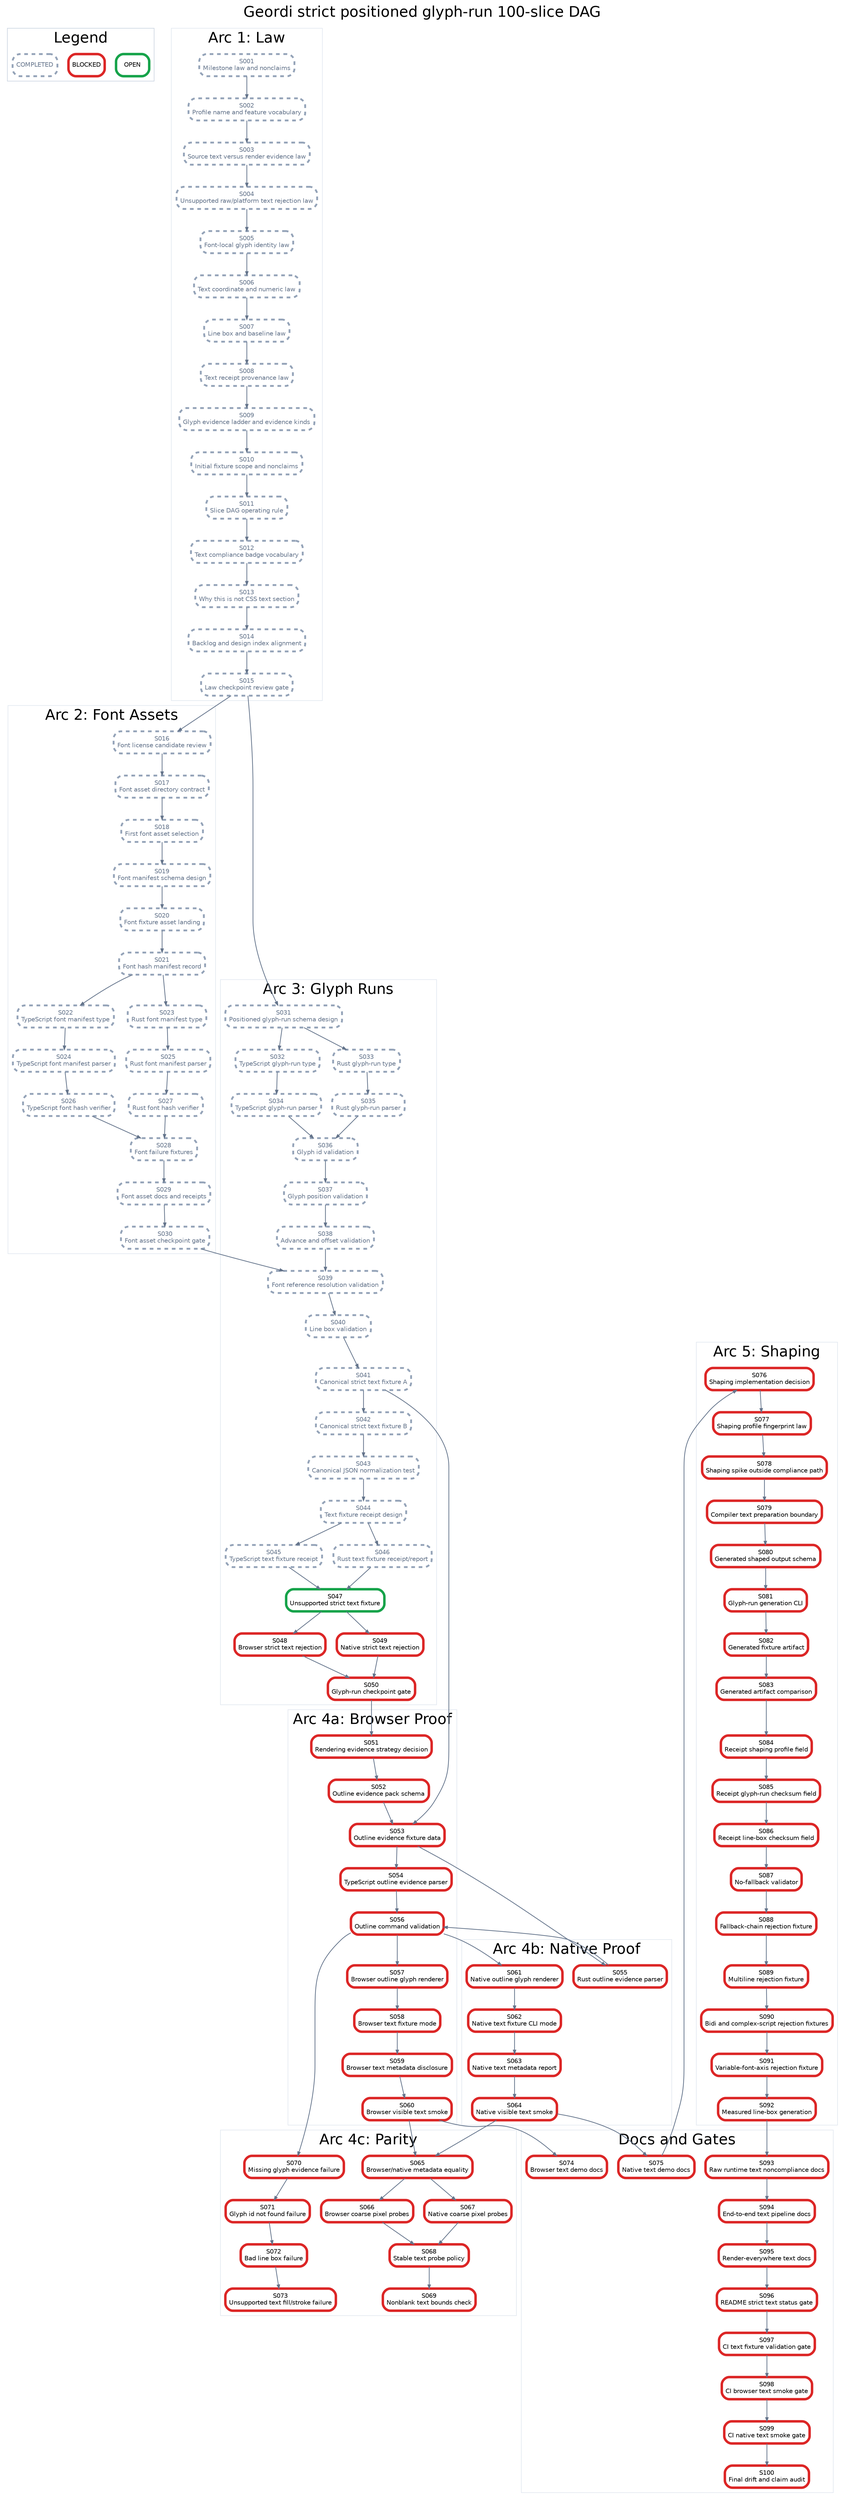
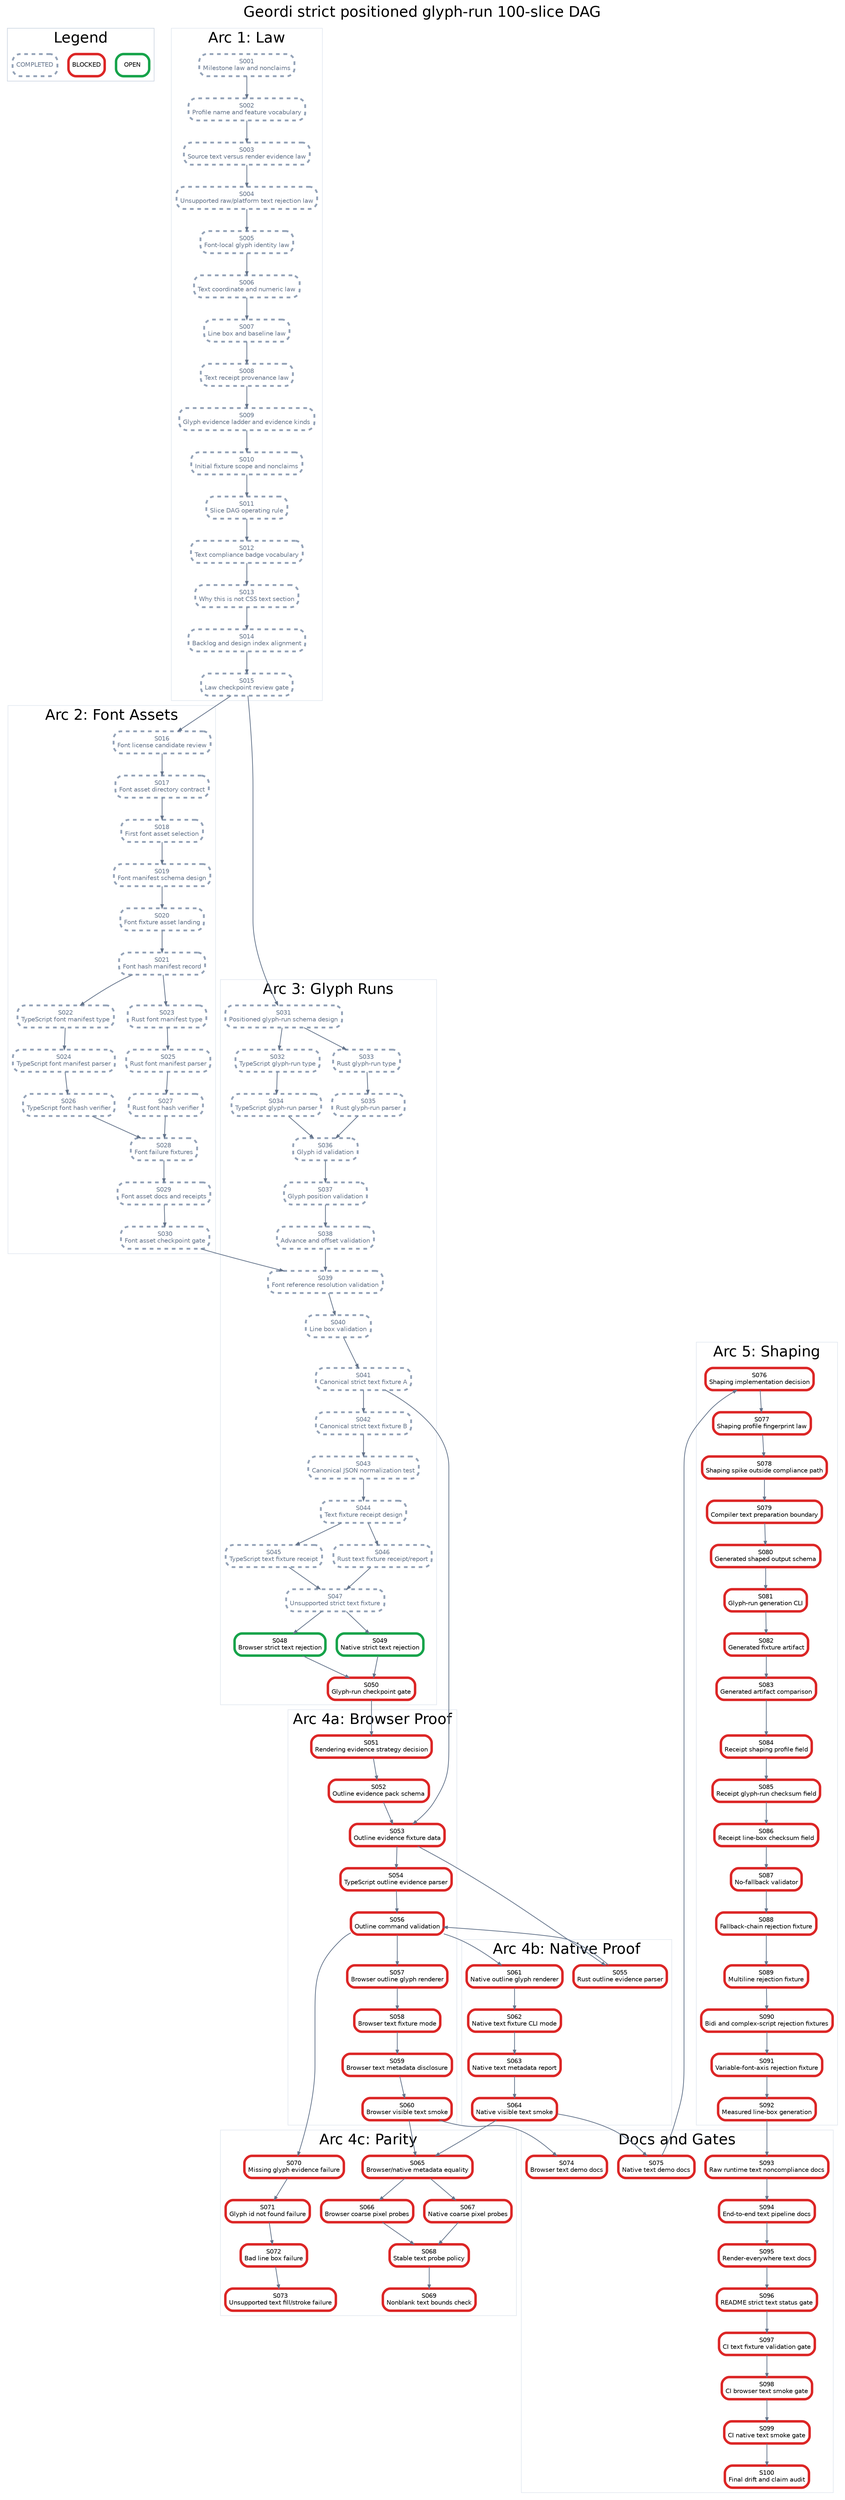
digraph StrictPositionedGlyphRunPlan {
  graph [rankdir=TB, bgcolor="white", fontname="Helvetica", label="Geordi strict positioned glyph-run 100-slice DAG", labelloc="t", fontsize=24];
  node [shape=box, style="rounded,filled", fillcolor="white", fontname="Helvetica", fontsize=10, margin="0.08,0.05"];
  edge [color="#64748b", arrowsize=0.6, penwidth=1.2];

  subgraph cluster_legend {
    label="Legend";
    color="#cbd5e1";
    legend_open [label="OPEN", color="#16a34a", penwidth=4];
    legend_blocked [label="BLOCKED", color="#dc2626", penwidth=4];
    legend_done [label="COMPLETED", color="#94a3b8", penwidth=3, style="rounded,filled,dashed", fontcolor="#64748b"];
  }

  subgraph cluster_law {
    label="Arc 1: Law";
    color="#e2e8f0";
    S001 [label="S001\nMilestone law and nonclaims", color="#94a3b8", penwidth=3, style="rounded,filled,dashed", fontcolor="#64748b"];
    S002 [label="S002\nProfile name and feature vocabulary", color="#94a3b8", penwidth=3, style="rounded,filled,dashed", fontcolor="#64748b"];
    S003 [label="S003\nSource text versus render evidence law", color="#94a3b8", penwidth=3, style="rounded,filled,dashed", fontcolor="#64748b"];
    S004 [label="S004\nUnsupported raw/platform text rejection law", color="#94a3b8", penwidth=3, style="rounded,filled,dashed", fontcolor="#64748b"];
    S005 [label="S005\nFont-local glyph identity law", color="#94a3b8", penwidth=3, style="rounded,filled,dashed", fontcolor="#64748b"];
    S006 [label="S006\nText coordinate and numeric law", color="#94a3b8", penwidth=3, style="rounded,filled,dashed", fontcolor="#64748b"];
    S007 [label="S007\nLine box and baseline law", color="#94a3b8", penwidth=3, style="rounded,filled,dashed", fontcolor="#64748b"];
    S008 [label="S008\nText receipt provenance law", color="#94a3b8", penwidth=3, style="rounded,filled,dashed", fontcolor="#64748b"];
    S009 [label="S009\nGlyph evidence ladder and evidence kinds", color="#94a3b8", penwidth=3, style="rounded,filled,dashed", fontcolor="#64748b"];
    S010 [label="S010\nInitial fixture scope and nonclaims", color="#94a3b8", penwidth=3, style="rounded,filled,dashed", fontcolor="#64748b"];
    S011 [label="S011\nSlice DAG operating rule", color="#94a3b8", penwidth=3, style="rounded,filled,dashed", fontcolor="#64748b"];
    S012 [label="S012\nText compliance badge vocabulary", color="#94a3b8", penwidth=3, style="rounded,filled,dashed", fontcolor="#64748b"];
    S013 [label="S013\nWhy this is not CSS text section", color="#94a3b8", penwidth=3, style="rounded,filled,dashed", fontcolor="#64748b"];
    S014 [label="S014\nBacklog and design index alignment", color="#94a3b8", penwidth=3, style="rounded,filled,dashed", fontcolor="#64748b"];
    S015 [label="S015\nLaw checkpoint review gate", color="#94a3b8", penwidth=3, style="rounded,filled,dashed", fontcolor="#64748b"];
  }

  subgraph cluster_assets {
    label="Arc 2: Font Assets";
    color="#e2e8f0";
    S016 [label="S016\nFont license candidate review", color="#94a3b8", penwidth=3, style="rounded,filled,dashed", fontcolor="#64748b"];
    S017 [label="S017\nFont asset directory contract", color="#94a3b8", penwidth=3, style="rounded,filled,dashed", fontcolor="#64748b"];
    S018 [label="S018\nFirst font asset selection", color="#94a3b8", penwidth=3, style="rounded,filled,dashed", fontcolor="#64748b"];
    S019 [label="S019\nFont manifest schema design", color="#94a3b8", penwidth=3, style="rounded,filled,dashed", fontcolor="#64748b"];
    S020 [label="S020\nFont fixture asset landing", color="#94a3b8", penwidth=3, style="rounded,filled,dashed", fontcolor="#64748b"];
    S021 [label="S021\nFont hash manifest record", color="#94a3b8", penwidth=3, style="rounded,filled,dashed", fontcolor="#64748b"];
    S022 [label="S022\nTypeScript font manifest type", color="#94a3b8", penwidth=3, style="rounded,filled,dashed", fontcolor="#64748b"];
    S023 [label="S023\nRust font manifest type", color="#94a3b8", penwidth=3, style="rounded,filled,dashed", fontcolor="#64748b"];
    S024 [label="S024\nTypeScript font manifest parser", color="#94a3b8", penwidth=3, style="rounded,filled,dashed", fontcolor="#64748b"];
    S025 [label="S025\nRust font manifest parser", color="#94a3b8", penwidth=3, style="rounded,filled,dashed", fontcolor="#64748b"];
    S026 [label="S026\nTypeScript font hash verifier", color="#94a3b8", penwidth=3, style="rounded,filled,dashed", fontcolor="#64748b"];
    S027 [label="S027\nRust font hash verifier", color="#94a3b8", penwidth=3, style="rounded,filled,dashed", fontcolor="#64748b"];
    S028 [label="S028\nFont failure fixtures", color="#94a3b8", penwidth=3, style="rounded,filled,dashed", fontcolor="#64748b"];
    S029 [label="S029\nFont asset docs and receipts", color="#94a3b8", penwidth=3, style="rounded,filled,dashed", fontcolor="#64748b"];
    S030 [label="S030\nFont asset checkpoint gate", color="#94a3b8", penwidth=3, style="rounded,filled,dashed", fontcolor="#64748b"];
  }

  subgraph cluster_glyph {
    label="Arc 3: Glyph Runs";
    color="#e2e8f0";
    S031 [label="S031\nPositioned glyph-run schema design", color="#94a3b8", penwidth=3, style="rounded,filled,dashed", fontcolor="#64748b"];
    S032 [label="S032\nTypeScript glyph-run type", color="#94a3b8", penwidth=3, style="rounded,filled,dashed", fontcolor="#64748b"];
    S033 [label="S033\nRust glyph-run type", color="#94a3b8", penwidth=3, style="rounded,filled,dashed", fontcolor="#64748b"];
    S034 [label="S034\nTypeScript glyph-run parser", color="#94a3b8", penwidth=3, style="rounded,filled,dashed", fontcolor="#64748b"];
    S035 [label="S035\nRust glyph-run parser", color="#94a3b8", penwidth=3, style="rounded,filled,dashed", fontcolor="#64748b"];
    S036 [label="S036\nGlyph id validation", color="#94a3b8", penwidth=3, style="rounded,filled,dashed", fontcolor="#64748b"];
    S037 [label="S037\nGlyph position validation", color="#94a3b8", penwidth=3, style="rounded,filled,dashed", fontcolor="#64748b"];
    S038 [label="S038\nAdvance and offset validation", color="#94a3b8", penwidth=3, style="rounded,filled,dashed", fontcolor="#64748b"];
    S039 [label="S039\nFont reference resolution validation", color="#94a3b8", penwidth=3, style="rounded,filled,dashed", fontcolor="#64748b"];
    S040 [label="S040\nLine box validation", color="#94a3b8", penwidth=3, style="rounded,filled,dashed", fontcolor="#64748b"];
    S041 [label="S041\nCanonical strict text fixture A", color="#94a3b8", penwidth=3, style="rounded,filled,dashed", fontcolor="#64748b"];
    S042 [label="S042\nCanonical strict text fixture B", color="#94a3b8", penwidth=3, style="rounded,filled,dashed", fontcolor="#64748b"];
    S043 [label="S043\nCanonical JSON normalization test", color="#94a3b8", penwidth=3, style="rounded,filled,dashed", fontcolor="#64748b"];
    S044 [label="S044\nText fixture receipt design", color="#94a3b8", penwidth=3, style="rounded,filled,dashed", fontcolor="#64748b"];
    S045 [label="S045\nTypeScript text fixture receipt", color="#94a3b8", penwidth=3, style="rounded,filled,dashed", fontcolor="#64748b"];
    S046 [label="S046\nRust text fixture receipt/report", color="#94a3b8", penwidth=3, style="rounded,filled,dashed", fontcolor="#64748b"];
-     S047 [label="S047\nUnsupported strict text fixture", color="#16a34a", penwidth=4];
-     S048 [label="S048\nBrowser strict text rejection", color="#dc2626", penwidth=4];
-     S049 [label="S049\nNative strict text rejection", color="#dc2626", penwidth=4];
+     S047 [label="S047\nUnsupported strict text fixture", color="#94a3b8", penwidth=3, style="rounded,filled,dashed", fontcolor="#64748b"];
+     S048 [label="S048\nBrowser strict text rejection", color="#16a34a", penwidth=4];
+     S049 [label="S049\nNative strict text rejection", color="#16a34a", penwidth=4];
    S050 [label="S050\nGlyph-run checkpoint gate", color="#dc2626", penwidth=4];
  }

  subgraph cluster_browser {
    label="Arc 4a: Browser Proof";
    color="#e2e8f0";
    S051 [label="S051\nRendering evidence strategy decision", color="#dc2626", penwidth=4];
    S052 [label="S052\nOutline evidence pack schema", color="#dc2626", penwidth=4];
    S053 [label="S053\nOutline evidence fixture data", color="#dc2626", penwidth=4];
    S054 [label="S054\nTypeScript outline evidence parser", color="#dc2626", penwidth=4];
    S056 [label="S056\nOutline command validation", color="#dc2626", penwidth=4];
    S057 [label="S057\nBrowser outline glyph renderer", color="#dc2626", penwidth=4];
    S058 [label="S058\nBrowser text fixture mode", color="#dc2626", penwidth=4];
    S059 [label="S059\nBrowser text metadata disclosure", color="#dc2626", penwidth=4];
    S060 [label="S060\nBrowser visible text smoke", color="#dc2626", penwidth=4];
  }

  subgraph cluster_native {
    label="Arc 4b: Native Proof";
    color="#e2e8f0";
    S055 [label="S055\nRust outline evidence parser", color="#dc2626", penwidth=4];
    S061 [label="S061\nNative outline glyph renderer", color="#dc2626", penwidth=4];
    S062 [label="S062\nNative text fixture CLI mode", color="#dc2626", penwidth=4];
    S063 [label="S063\nNative text metadata report", color="#dc2626", penwidth=4];
    S064 [label="S064\nNative visible text smoke", color="#dc2626", penwidth=4];
  }

  subgraph cluster_parity {
    label="Arc 4c: Parity";
    color="#e2e8f0";
    S065 [label="S065\nBrowser/native metadata equality", color="#dc2626", penwidth=4];
    S066 [label="S066\nBrowser coarse pixel probes", color="#dc2626", penwidth=4];
    S067 [label="S067\nNative coarse pixel probes", color="#dc2626", penwidth=4];
    S068 [label="S068\nStable text probe policy", color="#dc2626", penwidth=4];
    S069 [label="S069\nNonblank text bounds check", color="#dc2626", penwidth=4];
    S070 [label="S070\nMissing glyph evidence failure", color="#dc2626", penwidth=4];
    S071 [label="S071\nGlyph id not found failure", color="#dc2626", penwidth=4];
    S072 [label="S072\nBad line box failure", color="#dc2626", penwidth=4];
    S073 [label="S073\nUnsupported text fill/stroke failure", color="#dc2626", penwidth=4];
  }

  subgraph cluster_shaping {
    label="Arc 5: Shaping";
    color="#e2e8f0";
    S076 [label="S076\nShaping implementation decision", color="#dc2626", penwidth=4];
    S077 [label="S077\nShaping profile fingerprint law", color="#dc2626", penwidth=4];
    S078 [label="S078\nShaping spike outside compliance path", color="#dc2626", penwidth=4];
    S079 [label="S079\nCompiler text preparation boundary", color="#dc2626", penwidth=4];
    S080 [label="S080\nGenerated shaped output schema", color="#dc2626", penwidth=4];
    S081 [label="S081\nGlyph-run generation CLI", color="#dc2626", penwidth=4];
    S082 [label="S082\nGenerated fixture artifact", color="#dc2626", penwidth=4];
    S083 [label="S083\nGenerated artifact comparison", color="#dc2626", penwidth=4];
    S084 [label="S084\nReceipt shaping profile field", color="#dc2626", penwidth=4];
    S085 [label="S085\nReceipt glyph-run checksum field", color="#dc2626", penwidth=4];
    S086 [label="S086\nReceipt line-box checksum field", color="#dc2626", penwidth=4];
    S087 [label="S087\nNo-fallback validator", color="#dc2626", penwidth=4];
    S088 [label="S088\nFallback-chain rejection fixture", color="#dc2626", penwidth=4];
    S089 [label="S089\nMultiline rejection fixture", color="#dc2626", penwidth=4];
    S090 [label="S090\nBidi and complex-script rejection fixtures", color="#dc2626", penwidth=4];
    S091 [label="S091\nVariable-font-axis rejection fixture", color="#dc2626", penwidth=4];
    S092 [label="S092\nMeasured line-box generation", color="#dc2626", penwidth=4];
  }

  subgraph cluster_docs {
    label="Docs and Gates";
    color="#e2e8f0";
    S074 [label="S074\nBrowser text demo docs", color="#dc2626", penwidth=4];
    S075 [label="S075\nNative text demo docs", color="#dc2626", penwidth=4];
    S093 [label="S093\nRaw runtime text noncompliance docs", color="#dc2626", penwidth=4];
    S094 [label="S094\nEnd-to-end text pipeline docs", color="#dc2626", penwidth=4];
    S095 [label="S095\nRender-everywhere text docs", color="#dc2626", penwidth=4];
    S096 [label="S096\nREADME strict text status gate", color="#dc2626", penwidth=4];
    S097 [label="S097\nCI text fixture validation gate", color="#dc2626", penwidth=4];
    S098 [label="S098\nCI browser text smoke gate", color="#dc2626", penwidth=4];
    S099 [label="S099\nCI native text smoke gate", color="#dc2626", penwidth=4];
    S100 [label="S100\nFinal drift and claim audit", color="#dc2626", penwidth=4];
  }

  S001 -> S002;
  S002 -> S003;
  S003 -> S004;
  S004 -> S005;
  S005 -> S006;
  S006 -> S007;
  S007 -> S008;
  S008 -> S009;
  S009 -> S010;
  S010 -> S011;
  S011 -> S012;
  S012 -> S013;
  S013 -> S014;
  S014 -> S015;
  S015 -> S016;
  S016 -> S017;
  S017 -> S018;
  S018 -> S019;
  S019 -> S020;
  S020 -> S021;
  S021 -> S022;
  S021 -> S023;
  S022 -> S024;
  S023 -> S025;
  S024 -> S026;
  S025 -> S027;
  S026 -> S028;
  S027 -> S028;
  S028 -> S029;
  S029 -> S030;
  S015 -> S031;
  S031 -> S032;
  S031 -> S033;
  S032 -> S034;
  S033 -> S035;
  S034 -> S036;
  S035 -> S036;
  S036 -> S037;
  S037 -> S038;
  S038 -> S039;
  S039 -> S040;
  S030 -> S039;
  S040 -> S041;
  S041 -> S042;
  S042 -> S043;
  S043 -> S044;
  S044 -> S045;
  S044 -> S046;
  S045 -> S047;
  S046 -> S047;
  S047 -> S048;
  S047 -> S049;
  S048 -> S050;
  S049 -> S050;
  S050 -> S051;
  S051 -> S052;
  S052 -> S053;
  S041 -> S053;
  S053 -> S054;
  S053 -> S055;
  S054 -> S056;
  S055 -> S056;
  S056 -> S057;
  S057 -> S058;
  S058 -> S059;
  S059 -> S060;
  S056 -> S061;
  S061 -> S062;
  S062 -> S063;
  S063 -> S064;
  S060 -> S065;
  S064 -> S065;
  S065 -> S066;
  S065 -> S067;
  S066 -> S068;
  S067 -> S068;
  S068 -> S069;
  S056 -> S070;
  S070 -> S071;
  S071 -> S072;
  S072 -> S073;
  S060 -> S074;
  S064 -> S075;
  S075 -> S076;
  S076 -> S077;
  S077 -> S078;
  S078 -> S079;
  S079 -> S080;
  S080 -> S081;
  S081 -> S082;
  S082 -> S083;
  S083 -> S084;
  S084 -> S085;
  S085 -> S086;
  S086 -> S087;
  S087 -> S088;
  S088 -> S089;
  S089 -> S090;
  S090 -> S091;
  S091 -> S092;
  S092 -> S093;
  S093 -> S094;
  S094 -> S095;
  S095 -> S096;
  S096 -> S097;
  S097 -> S098;
  S098 -> S099;
  S099 -> S100;
}
